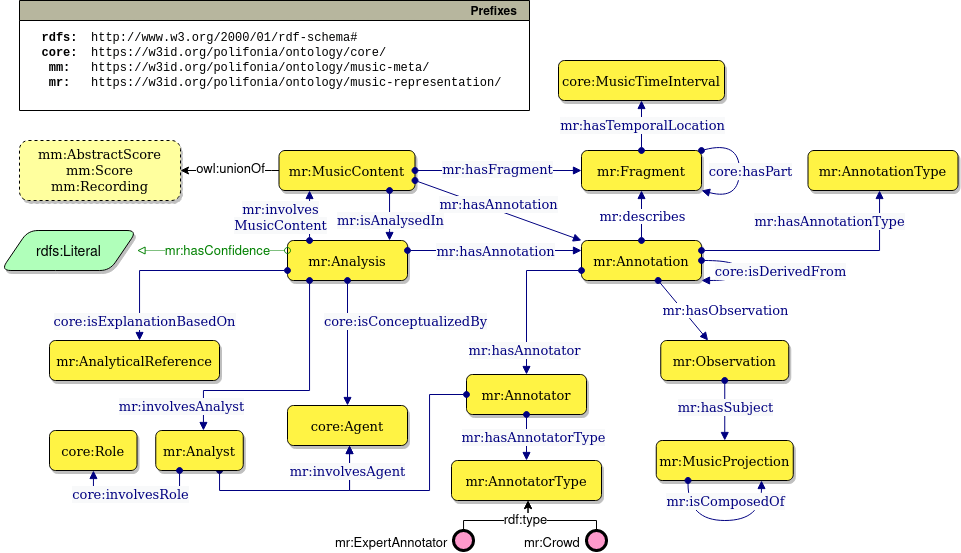
Above: diagrams/music_representation.png in polifonia-project/music-representation-ontology (draw.io), before the change. Source tidied: cells renumbered, new cells last; positions are measured from the earlier drawing's top-left corner, leaving out a move shared by most shapes.
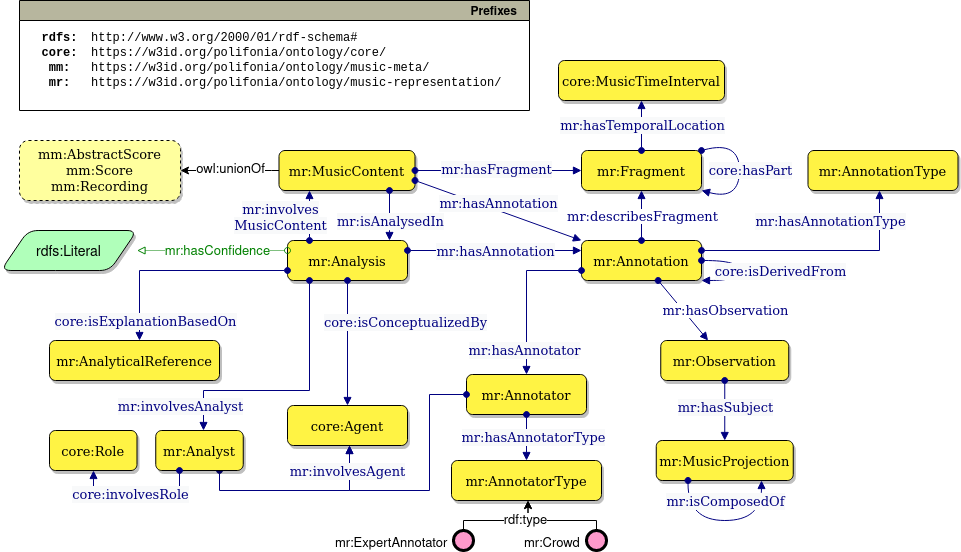
The same file after the commit.

What changed in the source:
```diff
@@ -128,7 +128,7 @@
     <mxCell id="31" style="graphMlID=e0;rounded=0;endArrow=block;strokeColor=#000080;strokeWidth=1.0;startArrow=oval;startFill=1;endFill=1;fontFamily=proxima nova;fontSource=https%3A%2F%2Ffonts.googleapis.com%2Fcss%3Ffamily%3Dproxima%2Bnova;fontSize=13;" parent="1" edge="1" source="5" target="11">
       <mxGeometry relative="1" as="geometry" />
     </mxCell>
-    <mxCell id="32" value="mr:describes" style="text;html=1;align=center;verticalAlign=middle;labelBackgroundColor=#ffffff;fontFamily=proxima nova;fontSource=https%3A%2F%2Ffonts.googleapis.com%2Fcss%3Ffamily%3Dproxima%2Bnova;fontSize=13;fontColor=#000080;" parent="31" vertex="1">
+    <mxCell id="32" value="mr:describesFragment" style="text;html=1;align=center;verticalAlign=middle;labelBackgroundColor=#ffffff;fontFamily=proxima nova;fontSource=https%3A%2F%2Ffonts.googleapis.com%2Fcss%3Ffamily%3Dproxima%2Bnova;fontSize=13;fontColor=#000080;" parent="31" vertex="1">
       <mxGeometry relative="1" as="geometry" />
     </mxCell>
     <mxCell id="33" style="graphMlID=e0;rounded=0;endArrow=block;strokeColor=#000080;strokeWidth=1.0;startArrow=oval;startFill=1;endFill=1;fontFamily=proxima nova;fontSource=https%3A%2F%2Ffonts.googleapis.com%2Fcss%3Ffamily%3Dproxima%2Bnova;fontSize=13;" parent="1" edge="1" source="5" target="27">
```
